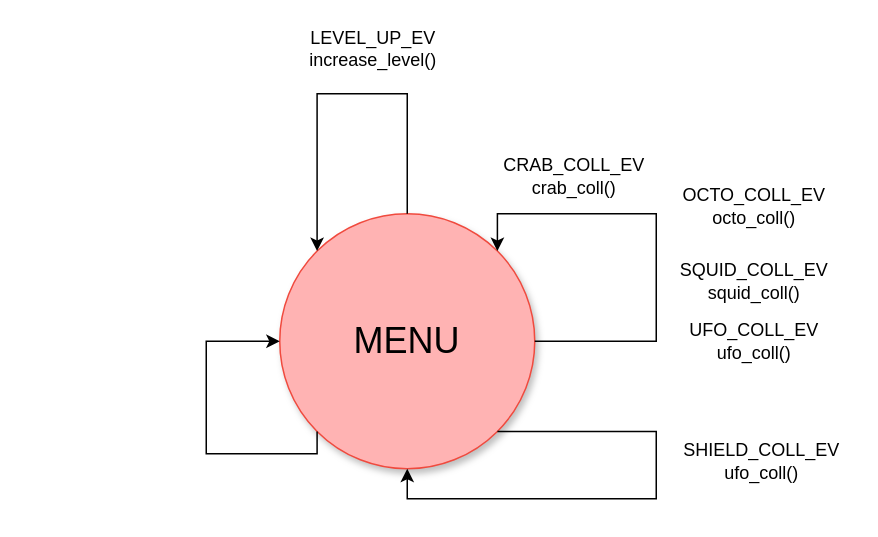
KevinWahle/Programacion-1-TP-Integrador keeps this draw.io diagram as Backend/play_sketch.dio. Above is the earlier version. Source tidied: cells renumbered, new cells numbered last; positions are measured from the earlier drawing's top-left corner, leaving out a move shared by most shapes. Both pictures are drawn from the tidied source at 150%, with x=0, y=0 at pixel (206, 26).
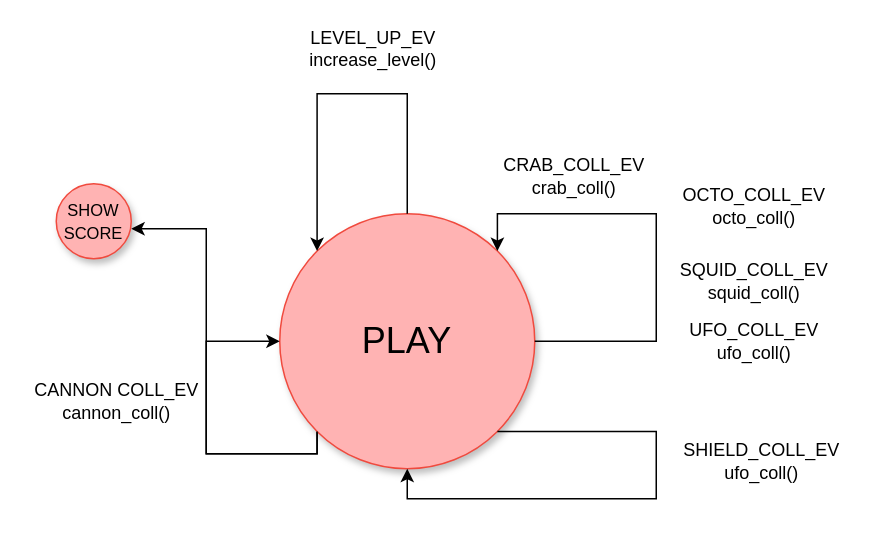
Above is the later version.

Diff of the diagram source:
```diff
@@
+    <mxCell id="13" style="edgeStyle=orthogonalEdgeStyle;rounded=0;jettySize=auto;html=1;exitX=0;exitY=1;exitDx=0;exitDy=0;" parent="1" edge="1" source="2">
+      <mxGeometry relative="1" as="geometry">
+        <mxPoint x="-50" y="135" as="targetPoint" />
+        <Array as="points">
+          <mxPoint x="74" y="285" />
+          <mxPoint y="285" />
+          <mxPoint y="135" />
+        </Array>
+      </mxGeometry>
+    </mxCell>
-    <mxCell id="2" value="&lt;font style=&quot;font-size: 24px&quot;&gt;MENU&lt;/font&gt;" style="ellipse;whiteSpace=wrap;html=1;shadow=1;fillColor=#FFB3B3;strokeColor=#F04A3E;" parent="1" vertex="1">
+    <mxCell id="2" value="&lt;font style=&quot;font-size: 24px&quot;&gt;PLAY&lt;/font&gt;" style="ellipse;whiteSpace=wrap;html=1;shadow=1;fillColor=#FFB3B3;strokeColor=#F04A3E;" parent="1" vertex="1">
       <mxGeometry x="49" y="125" width="170" height="170" as="geometry" />
     </mxCell>
@@
+    <mxCell id="14" value="CANNON COLL_EV&lt;br&gt;cannon_coll()" style="text;html=1;align=center;verticalAlign=middle;" parent="1" vertex="1">
+      <mxGeometry x="-120" y="235" width="120" height="30" as="geometry" />
+    </mxCell>
+    <mxCell id="15" value="&lt;font style=&quot;font-size: 11px&quot;&gt;SHOW SCORE&lt;/font&gt;" style="ellipse;whiteSpace=wrap;html=1;shadow=1;fillColor=#FFB3B3;strokeColor=#F04A3E;" parent="1" vertex="1">
+      <mxGeometry x="-100" y="105" width="50" height="50" as="geometry" />
+    </mxCell>
```
